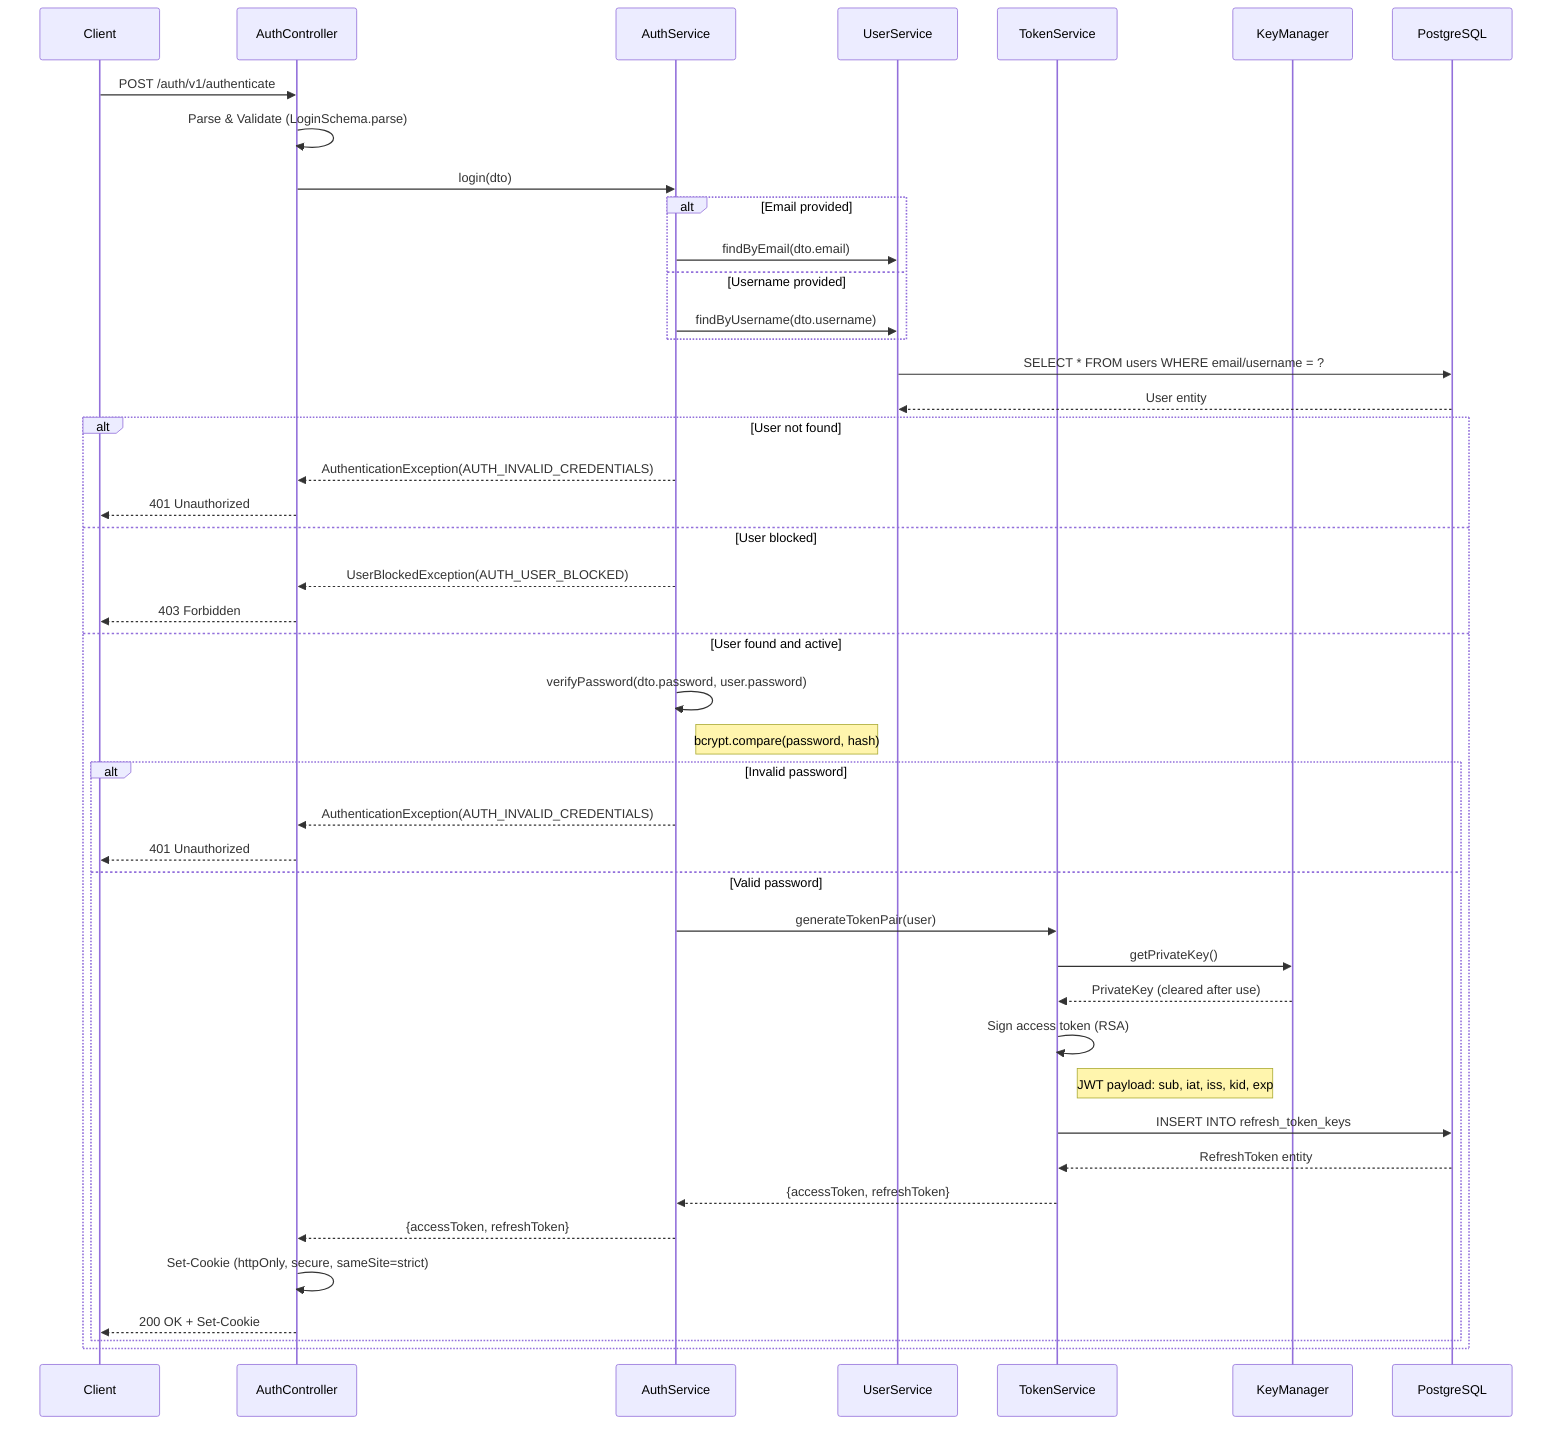
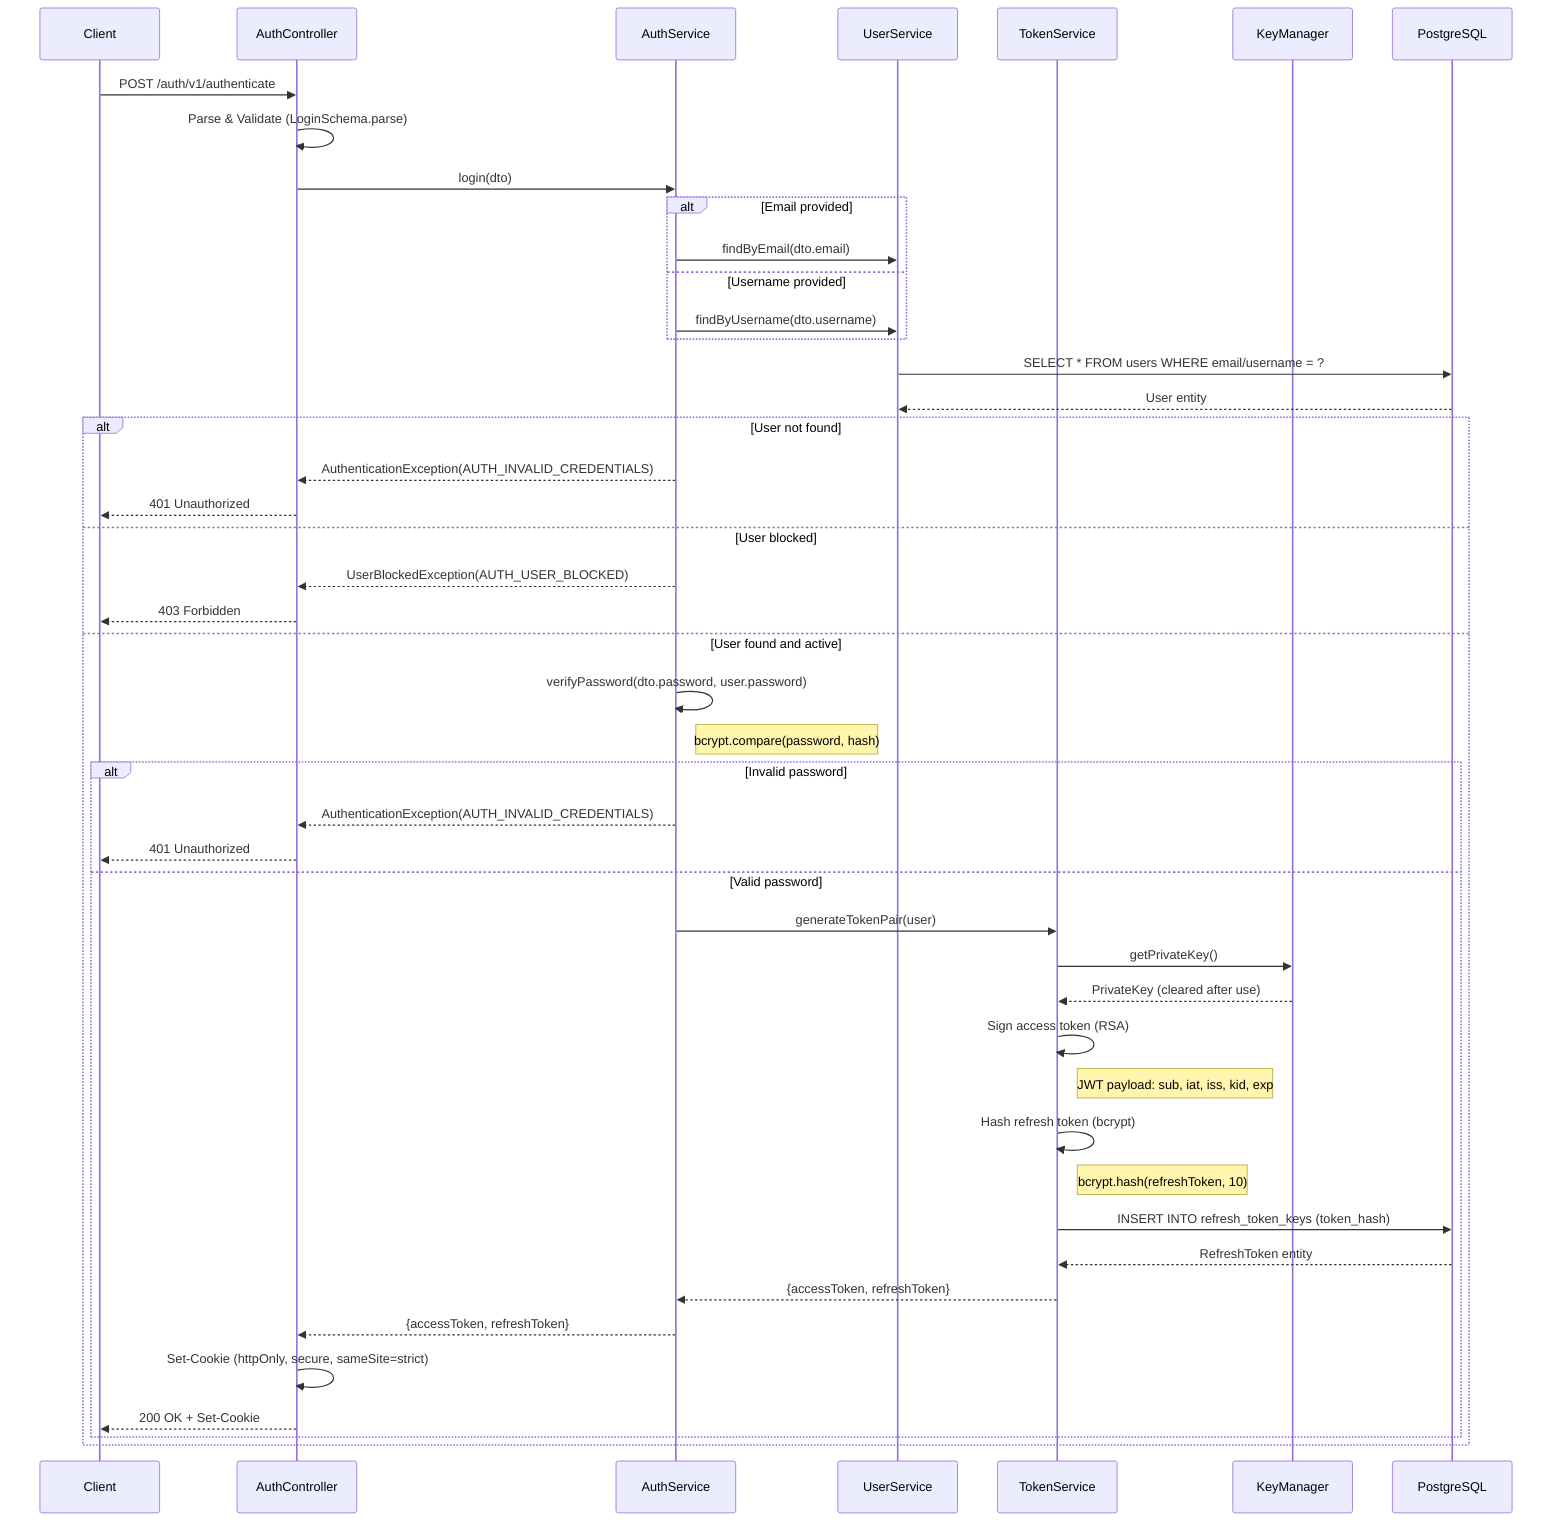
%% User Login Sequence
%% Maps to: FR-2, FR-5, FR-6, FR-13, FR-15

sequenceDiagram
    participant Client
    participant AuthController
    participant AuthService
    participant UserService
    participant TokenService
    participant KeyManager
    participant PostgreSQL

    Client->>AuthController: POST /auth/v1/authenticate
    AuthController->>AuthController: Parse & Validate (LoginSchema.parse)

    AuthController->>AuthService: login(dto)

    alt Email provided
        AuthService->>UserService: findByEmail(dto.email)
    else Username provided
        AuthService->>UserService: findByUsername(dto.username)
    end

    UserService->>PostgreSQL: SELECT * FROM users WHERE email/username = ?
    PostgreSQL-->>UserService: User entity

    alt User not found
        AuthService-->>AuthController: AuthenticationException(AUTH_INVALID_CREDENTIALS)
        AuthController-->>Client: 401 Unauthorized
    else User blocked
        AuthService-->>AuthController: UserBlockedException(AUTH_USER_BLOCKED)
        AuthController-->>Client: 403 Forbidden
    else User found and active
        AuthService->>AuthService: verifyPassword(dto.password, user.password)
        Note right of AuthService: bcrypt.compare(password, hash)

        alt Invalid password
            AuthService-->>AuthController: AuthenticationException(AUTH_INVALID_CREDENTIALS)
            AuthController-->>Client: 401 Unauthorized
        else Valid password
            AuthService->>TokenService: generateTokenPair(user)
            TokenService->>KeyManager: getPrivateKey()
            KeyManager-->>TokenService: PrivateKey (cleared after use)

            TokenService->>TokenService: Sign access token (RSA)
            Note right of TokenService: JWT payload: sub, iat, iss, kid, exp

-             TokenService->>PostgreSQL: INSERT INTO refresh_token_keys
+             TokenService->>TokenService: Hash refresh token (bcrypt)
+             Note right of TokenService: bcrypt.hash(refreshToken, 10)
+ 
+             TokenService->>PostgreSQL: INSERT INTO refresh_token_keys (token_hash)
            PostgreSQL-->>TokenService: RefreshToken entity

            TokenService-->>AuthService: {accessToken, refreshToken}
            AuthService-->>AuthController: {accessToken, refreshToken}

            AuthController->>AuthController: Set-Cookie (httpOnly, secure, sameSite=strict)
            AuthController-->>Client: 200 OK + Set-Cookie
        end
    end
